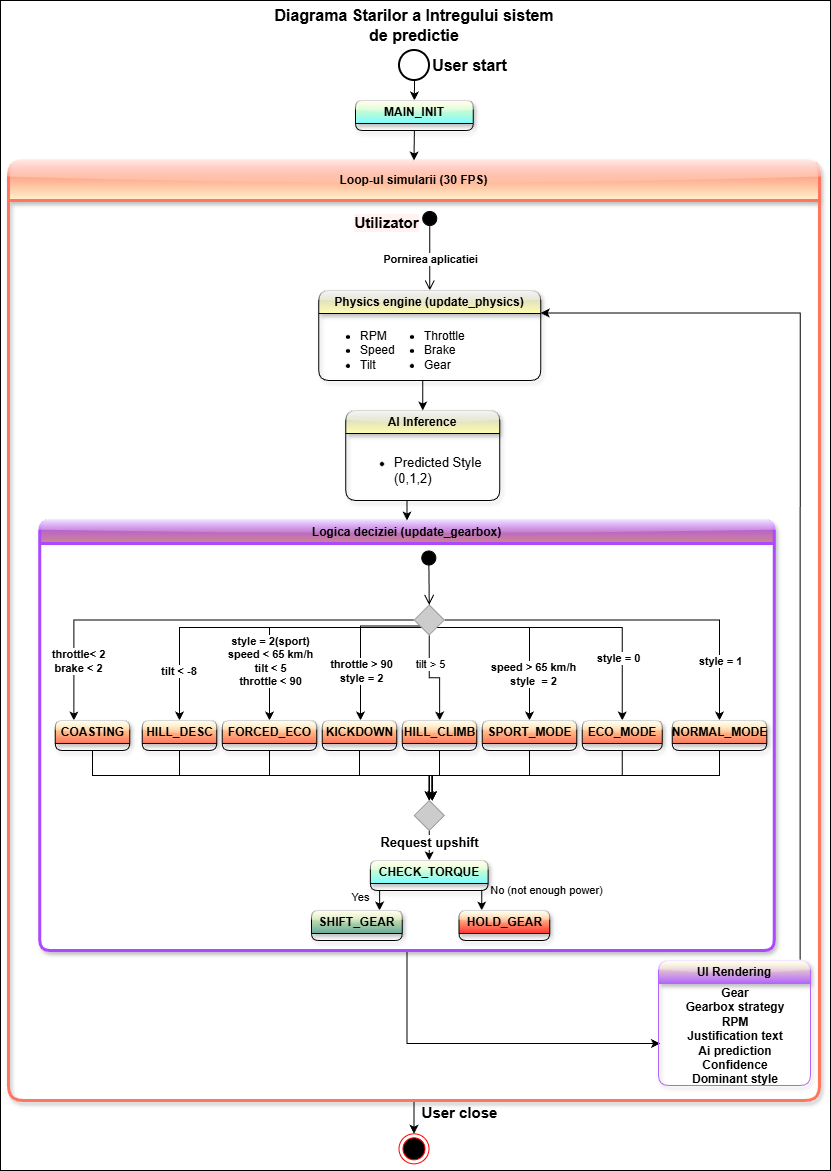
The draw.io diagram docs/state_machine_v2.png in Andreid2511/Proiect_RN, before a commit. Source tidied: cells renumbered, new cells last; positions are measured from the earlier drawing's top-left corner, leaving out a move shared by most shapes.
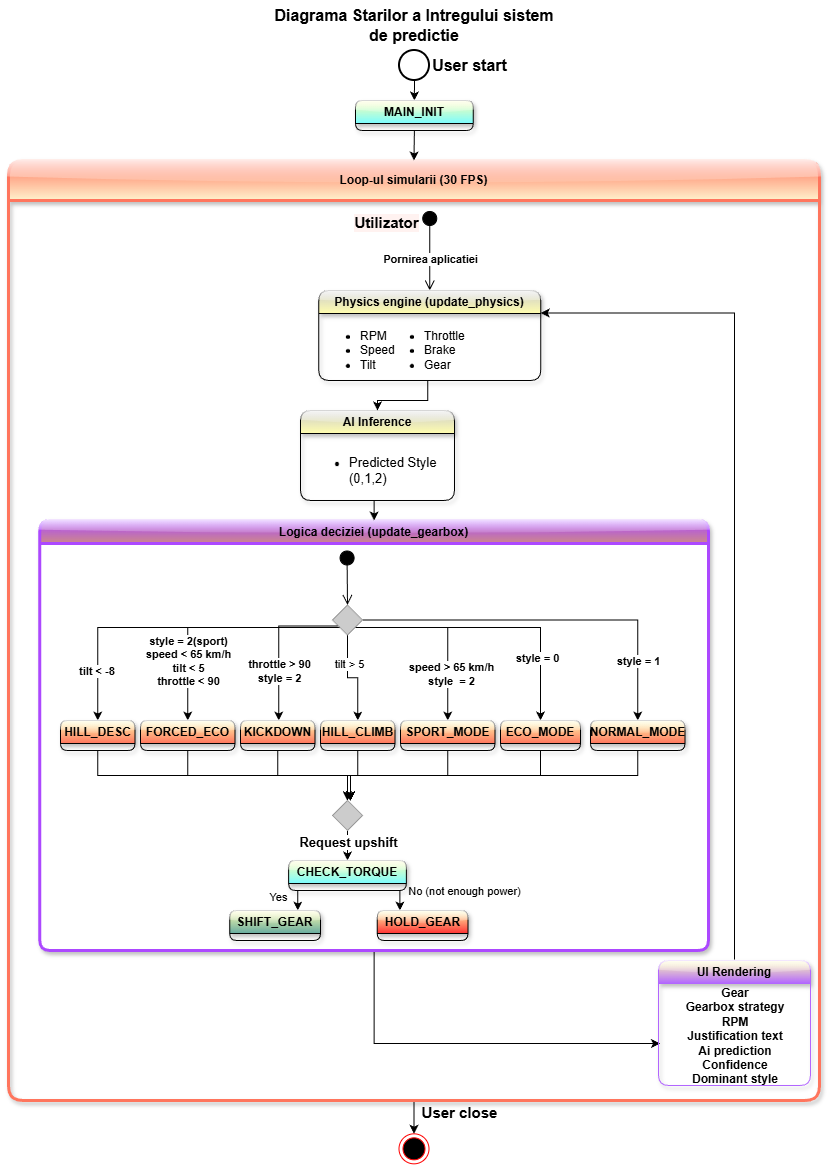
After the change.

Commit message:
Reactualizare Readme-uri + reactualizare state_machine

The edit, as a diff of the source:
```diff
@@ -2,9 +2,9 @@
   <root>
     <mxCell id="0" />
     <mxCell id="1" parent="0" />
-    <mxCell id="2" style="rounded=0;whiteSpace=wrap;html=1;" parent="1" vertex="1">
-      <mxGeometry width="830" height="1170" as="geometry" />
-    </mxCell>
+    <mxCell id="72" style="rounded=0;whiteSpace=wrap;html=1;strokeColor=none;" parent="1" vertex="1">
+      <mxGeometry width="830" height="1170" as="geometry" />
+    </mxCell>
     <mxCell id="3" value="&lt;b&gt;&lt;font style=&quot;font-size: 16px;&quot;&gt;Diagrama Starilor a Intregului sistem de predictie&lt;/font&gt;&lt;/b&gt;" style="text;html=1;whiteSpace=wrap;strokeColor=none;fillColor=none;align=center;verticalAlign=middle;rounded=0;" parent="1" vertex="1">
       <mxGeometry x="264" y="10" width="300" height="30" as="geometry" />
     </mxCell>
@@ -44,7 +44,7 @@
       <mxGeometry x="64" y="30" width="90" height="60" as="geometry" />
     </mxCell>
     <mxCell id="13" value="AI Inference" style="swimlane;whiteSpace=wrap;html=1;rounded=1;glass=1;shadow=1;gradientColor=#FFFDAE;fillColor=#CCCCCC;" parent="6" vertex="1">
-      <mxGeometry x="337.2" y="250" width="154" height="90" as="geometry" />
+      <mxGeometry x="292" y="250" width="154" height="90" as="geometry" />
     </mxCell>
     <mxCell id="14" value="&lt;ul&gt;&lt;li&gt;&lt;font style=&quot;font-size: 13px;&quot;&gt;Predicted Style (0,1,2)&lt;/font&gt;&lt;/li&gt;&lt;/ul&gt;" style="text;html=1;strokeColor=none;fillColor=none;align=left;verticalAlign=middle;rounded=0;labelBorderColor=none;whiteSpace=wrap;" parent="13" vertex="1">
       <mxGeometry x="7" y="30" width="143" height="60" as="geometry" />
@@ -53,22 +53,14 @@
       <mxGeometry relative="1" as="geometry" />
     </mxCell>
     <mxCell id="16" value="Logica deciziei (update_gearbox)" style="swimlane;whiteSpace=wrap;html=1;rounded=1;glass=1;shadow=1;gradientColor=#AC48FF;fillColor=#CC8989;gradientDirection=north;swimlaneFillColor=default;strokeWidth=3;strokeColor=#AC48FF;" parent="6" vertex="1">
-      <mxGeometry x="31.2" y="360" width="734.5" height="430" as="geometry" />
+      <mxGeometry x="31.2" y="360" width="668.8" height="430" as="geometry" />
     </mxCell>
     <mxCell id="17" style="html=1;verticalAlign=bottom;startArrow=circle;startFill=1;endArrow=open;startSize=6;endSize=8;curved=0;rounded=0;fontColor=default;" parent="16" edge="1">
       <mxGeometry relative="1" as="geometry">
-        <mxPoint x="389" y="29.5" as="sourcePoint" />
-        <mxPoint x="389.5" y="84.5" as="targetPoint" />
+        <mxPoint x="307.2" y="29.5" as="sourcePoint" />
+        <mxPoint x="307.8" y="84.5" as="targetPoint" />
       </mxGeometry>
     </mxCell>
-    <mxCell id="18" style="edgeStyle=orthogonalEdgeStyle;rounded=0;jettySize=auto;html=1;exitX=0;exitY=0.5;exitDx=0;exitDy=0;entryX=0.25;entryY=0;entryDx=0;entryDy=0;" parent="16" edge="1" source="34" target="36">
-      <mxGeometry relative="1" as="geometry" />
-    </mxCell>
-    <mxCell id="19" value="throttle&amp;lt; 2&lt;div&gt;brake &amp;lt; 2&lt;/div&gt;" style="edgeLabel;html=1;align=center;verticalAlign=middle;fontStyle=1;fontSize=11;" parent="18" vertex="1">
-      <mxGeometry x="0.59" y="4" relative="1" as="geometry">
-        <mxPoint y="30" as="offset" />
-      </mxGeometry>
-    </mxCell>
     <mxCell id="20" style="edgeStyle=orthogonalEdgeStyle;rounded=0;jettySize=auto;html=1;exitX=0;exitY=1;exitDx=0;exitDy=0;entryX=0.5;entryY=0;entryDx=0;entryDy=0;" parent="16" edge="1" source="34" target="38">
       <mxGeometry relative="1" as="geometry" />
     </mxCell>
@@ -87,11 +79,11 @@
     </mxCell>
     <mxCell id="24" style="edgeStyle=orthogonalEdgeStyle;rounded=0;orthogonalLoop=1;jettySize=auto;html=1;exitX=0.5;exitY=1;exitDx=0;exitDy=0;" parent="16" edge="1">
       <mxGeometry relative="1" as="geometry">
-        <mxPoint x="389.5" y="100" as="sourcePoint" />
-        <mxPoint x="320.8" y="200" as="targetPoint" />
+        <mxPoint x="307.8" y="100" as="sourcePoint" />
+        <mxPoint x="239" y="200" as="targetPoint" />
         <Array as="points">
-          <mxPoint x="390" y="105.5" />
-          <mxPoint x="320" y="105.5" />
+          <mxPoint x="308.2" y="105.5" />
+          <mxPoint x="238.2" y="105.5" />
         </Array>
       </mxGeometry>
     </mxCell>
@@ -127,65 +119,59 @@
       </mxGeometry>
     </mxCell>
     <mxCell id="34" style="rhombus;whiteSpace=wrap;html=1;fillColor=#CCCCCC;strokeColor=#999999;" parent="16" vertex="1">
-      <mxGeometry x="374.5" y="84.5" width="30" height="30" as="geometry" />
+      <mxGeometry x="292.8" y="84.5" width="30" height="30" as="geometry" />
     </mxCell>
-    <mxCell id="35" style="edgeStyle=orthogonalEdgeStyle;rounded=0;jettySize=auto;html=1;exitX=0.5;exitY=1;exitDx=0;exitDy=0;entryX=0.5;entryY=0;entryDx=0;entryDy=0;" parent="16" edge="1" source="36" target="53">
-      <mxGeometry relative="1" as="geometry" />
-    </mxCell>
-    <mxCell id="36" value="COASTING" style="swimlane;whiteSpace=wrap;html=1;rounded=1;shadow=1;glass=1;gradientColor=#FF755D;fillColor=#FFFDAE;" parent="16" vertex="1" collapsed="1">
-      <mxGeometry x="15.5" y="200" width="74.5" height="30" as="geometry" />
-    </mxCell>
     <mxCell id="37" style="edgeStyle=orthogonalEdgeStyle;rounded=0;jettySize=auto;html=1;exitX=0.5;exitY=1;exitDx=0;exitDy=0;" parent="16" edge="1" source="38">
       <mxGeometry relative="1" as="geometry">
-        <mxPoint x="392.5" y="280" as="targetPoint" />
+        <mxPoint x="310.8" y="280" as="targetPoint" />
       </mxGeometry>
     </mxCell>
     <mxCell id="38" value="HILL_DESC" style="swimlane;whiteSpace=wrap;html=1;rounded=1;shadow=1;glass=1;gradientColor=#FF755D;fillColor=#FFFDAE;" parent="16" vertex="1" collapsed="1">
-      <mxGeometry x="102.5" y="200" width="74.5" height="30" as="geometry" />
+      <mxGeometry x="20.8" y="200" width="74.5" height="30" as="geometry" />
     </mxCell>
     <mxCell id="39" style="edgeStyle=orthogonalEdgeStyle;rounded=0;jettySize=auto;html=1;exitX=0.5;exitY=1;exitDx=0;exitDy=0;" parent="16" edge="1" source="40">
       <mxGeometry relative="1" as="geometry">
-        <mxPoint x="392.5" y="280" as="targetPoint" />
+        <mxPoint x="310.8" y="280" as="targetPoint" />
       </mxGeometry>
     </mxCell>
     <mxCell id="40" value="FORCED_ECO" style="swimlane;whiteSpace=wrap;html=1;rounded=1;shadow=1;glass=1;gradientColor=#FF755D;fillColor=#FFFDAE;" parent="16" vertex="1" collapsed="1">
-      <mxGeometry x="182.5" y="200" width="94.5" height="30" as="geometry" />
+      <mxGeometry x="100.8" y="200" width="94.5" height="30" as="geometry" />
     </mxCell>
     <mxCell id="41" style="edgeStyle=orthogonalEdgeStyle;rounded=0;jettySize=auto;html=1;exitX=0.5;exitY=1;exitDx=0;exitDy=0;" parent="16" edge="1" source="42">
       <mxGeometry relative="1" as="geometry">
-        <mxPoint x="392.5" y="280" as="targetPoint" />
+        <mxPoint x="310.8" y="280" as="targetPoint" />
       </mxGeometry>
     </mxCell>
     <mxCell id="42" value="SPORT_MODE" style="swimlane;whiteSpace=wrap;html=1;rounded=1;shadow=1;glass=1;gradientColor=#FF755D;fillColor=#FFFDAE;" parent="16" vertex="1" collapsed="1">
-      <mxGeometry x="442.5" y="200" width="94.5" height="30" as="geometry" />
+      <mxGeometry x="360.8" y="200" width="94.5" height="30" as="geometry" />
     </mxCell>
     <mxCell id="43" style="edgeStyle=orthogonalEdgeStyle;rounded=0;jettySize=auto;html=1;exitX=0.5;exitY=1;exitDx=0;exitDy=0;entryX=0.5;entryY=0;entryDx=0;entryDy=0;" parent="16" edge="1" source="44" target="53">
       <mxGeometry relative="1" as="geometry" />
     </mxCell>
     <mxCell id="44" value="KICKDOWN" style="swimlane;whiteSpace=wrap;html=1;rounded=1;shadow=1;glass=1;gradientColor=#FF755D;fillColor=#FFFDAE;" parent="16" vertex="1" collapsed="1">
-      <mxGeometry x="282.5" y="200" width="74.5" height="30" as="geometry" />
+      <mxGeometry x="200.8" y="200" width="74.5" height="30" as="geometry" />
     </mxCell>
     <mxCell id="45" style="edgeStyle=orthogonalEdgeStyle;rounded=0;jettySize=auto;html=1;exitX=0.5;exitY=1;exitDx=0;exitDy=0;entryX=0.5;entryY=0;entryDx=0;entryDy=0;" parent="16" edge="1" source="46" target="53">
       <mxGeometry relative="1" as="geometry" />
     </mxCell>
     <mxCell id="46" value="HILL_CLIMB" style="swimlane;whiteSpace=wrap;html=1;rounded=1;shadow=1;glass=1;gradientColor=#FF755D;fillColor=#FFFDAE;" parent="16" vertex="1" collapsed="1">
-      <mxGeometry x="362.5" y="200" width="74.5" height="30" as="geometry" />
+      <mxGeometry x="280.8" y="200" width="74.5" height="30" as="geometry" />
     </mxCell>
     <mxCell id="47" style="edgeStyle=orthogonalEdgeStyle;rounded=0;jettySize=auto;html=1;exitX=0.5;exitY=1;exitDx=0;exitDy=0;" parent="16" edge="1" source="48">
       <mxGeometry relative="1" as="geometry">
-        <mxPoint x="392.5" y="280" as="targetPoint" />
+        <mxPoint x="310.8" y="280" as="targetPoint" />
       </mxGeometry>
     </mxCell>
     <mxCell id="48" value="ECO_MODE" style="swimlane;whiteSpace=wrap;html=1;rounded=1;shadow=1;glass=1;gradientColor=#FF755D;fillColor=#FFFDAE;" parent="16" vertex="1" collapsed="1">
-      <mxGeometry x="542.5" y="200" width="80" height="30" as="geometry" />
+      <mxGeometry x="460.8" y="200" width="80" height="30" as="geometry" />
     </mxCell>
     <mxCell id="49" style="edgeStyle=orthogonalEdgeStyle;rounded=0;jettySize=auto;html=1;exitX=0.5;exitY=1;exitDx=0;exitDy=0;" parent="16" edge="1" source="50">
       <mxGeometry relative="1" as="geometry">
-        <mxPoint x="392.5" y="280" as="targetPoint" />
+        <mxPoint x="310.8" y="280" as="targetPoint" />
       </mxGeometry>
     </mxCell>
     <mxCell id="50" value="NORMAL_MODE" style="swimlane;whiteSpace=wrap;html=1;rounded=1;shadow=1;glass=1;gradientColor=#FF755D;fillColor=#FFFDAE;" parent="16" vertex="1" collapsed="1">
-      <mxGeometry x="632.5" y="200" width="94.5" height="30" as="geometry" />
+      <mxGeometry x="550.8" y="200" width="94.5" height="30" as="geometry" />
     </mxCell>
     <mxCell id="51" style="edgeStyle=orthogonalEdgeStyle;rounded=0;jettySize=auto;html=1;exitX=0.5;exitY=1;exitDx=0;exitDy=0;entryX=0.5;entryY=0;entryDx=0;entryDy=0;" parent="16" edge="1" source="53" target="58">
       <mxGeometry relative="1" as="geometry" />
@@ -196,7 +182,7 @@
       </mxGeometry>
     </mxCell>
     <mxCell id="53" style="rhombus;whiteSpace=wrap;html=1;fillColor=#CCCCCC;strokeColor=#999999;" parent="16" vertex="1">
-      <mxGeometry x="374.5" y="280" width="30" height="30" as="geometry" />
+      <mxGeometry x="292.8" y="280" width="30" height="30" as="geometry" />
     </mxCell>
     <mxCell id="54" style="edgeStyle=orthogonalEdgeStyle;rounded=0;jettySize=auto;html=1;exitX=0.25;exitY=1;exitDx=0;exitDy=0;entryX=0.75;entryY=0;entryDx=0;entryDy=0;" parent="16" edge="1" source="58" target="59">
       <mxGeometry relative="1" as="geometry" />
@@ -215,21 +201,18 @@
       </mxGeometry>
     </mxCell>
     <mxCell id="58" value="CHECK_TORQUE" style="swimlane;whiteSpace=wrap;html=1;rounded=1;shadow=1;glass=1;gradientColor=#7BFCFF;fillColor=#FFFDAE;" parent="16" vertex="1" collapsed="1">
-      <mxGeometry x="330.6" y="340" width="117.8" height="30" as="geometry" />
+      <mxGeometry x="248.9" y="340" width="117.8" height="30" as="geometry" />
     </mxCell>
     <mxCell id="59" value="SHIFT_GEAR" style="swimlane;whiteSpace=wrap;html=1;rounded=1;shadow=1;glass=1;gradientColor=#67AB9F;fillColor=#FFFDAE;" parent="16" vertex="1" collapsed="1">
-      <mxGeometry x="271.8" y="390" width="90.8" height="30" as="geometry" />
+      <mxGeometry x="190" y="390" width="90.8" height="30" as="geometry" />
     </mxCell>
     <mxCell id="60" value="HOLD_GEAR" style="swimlane;whiteSpace=wrap;html=1;rounded=1;shadow=1;glass=1;gradientColor=#FF3333;fillColor=#FFFDAE;" parent="16" vertex="1" collapsed="1">
-      <mxGeometry x="419.2" y="390" width="90.8" height="30" as="geometry" />
+      <mxGeometry x="337.5" y="390" width="90.8" height="30" as="geometry" />
     </mxCell>
     <mxCell id="61" style="edgeStyle=orthogonalEdgeStyle;rounded=0;jettySize=auto;html=1;exitX=0.5;exitY=1;exitDx=0;exitDy=0;entryX=0.5;entryY=0;entryDx=0;entryDy=0;" parent="6" edge="1" source="12" target="13">
       <mxGeometry relative="1" as="geometry" />
     </mxCell>
-    <mxCell id="62" style="edgeStyle=orthogonalEdgeStyle;rounded=0;jettySize=auto;html=1;exitX=0.5;exitY=1;exitDx=0;exitDy=0;entryX=0.5;entryY=0;entryDx=0;entryDy=0;" parent="6" edge="1" source="14" target="16">
-      <mxGeometry relative="1" as="geometry" />
-    </mxCell>
-    <mxCell id="63" style="edgeStyle=orthogonalEdgeStyle;rounded=0;jettySize=auto;html=1;exitX=0.932;exitY=0.006;exitDx=0;exitDy=0;entryX=1;entryY=0.25;entryDx=0;entryDy=0;spacing=2;endSize=6;shadow=0;flowAnimation=0;exitPerimeter=0;" parent="6" edge="1" source="64" target="10">
+    <mxCell id="63" style="edgeStyle=orthogonalEdgeStyle;rounded=0;jettySize=auto;html=1;exitX=0.5;exitY=0;exitDx=0;exitDy=0;entryX=1;entryY=0.25;entryDx=0;entryDy=0;spacing=2;endSize=6;shadow=0;flowAnimation=0;" parent="6" edge="1" source="64" target="10">
       <mxGeometry relative="1" as="geometry" />
     </mxCell>
     <mxCell id="64" value="UI Rendering" style="swimlane;whiteSpace=wrap;html=1;rounded=1;shadow=1;glass=1;gradientColor=#B266FF;fillColor=#FFFDAE;strokeColor=#B266FF;" parent="6" vertex="1" collapsed="1">
@@ -238,6 +221,9 @@
     <mxCell id="65" value="&lt;div style=&quot;&quot;&gt;&lt;span style=&quot;background-color: transparent; color: light-dark(rgb(0, 0, 0), rgb(255, 255, 255));&quot;&gt;Gear&lt;/span&gt;&lt;/div&gt;&lt;div style=&quot;&quot;&gt;&lt;span style=&quot;background-color: transparent; color: light-dark(rgb(0, 0, 0), rgb(255, 255, 255));&quot;&gt;Gearbox strategy&lt;/span&gt;&lt;/div&gt;&lt;div style=&quot;&quot;&gt;RPM&lt;/div&gt;&lt;div style=&quot;&quot;&gt;Justification text&lt;/div&gt;&lt;div style=&quot;&quot;&gt;Ai prediction&lt;/div&gt;&lt;div style=&quot;&quot;&gt;Confidence&lt;/div&gt;&lt;div style=&quot;&quot;&gt;Dominant style&lt;/div&gt;&lt;div style=&quot;&quot;&gt;&lt;br&gt;&lt;/div&gt;" style="text;html=1;whiteSpace=wrap;strokeColor=none;fillColor=none;align=center;verticalAlign=middle;rounded=0;fontStyle=1;" parent="6" vertex="1">
       <mxGeometry x="651.5" y="823" width="150" height="120" as="geometry" />
     </mxCell>
+    <mxCell id="62" style="edgeStyle=orthogonalEdgeStyle;rounded=0;jettySize=auto;html=1;exitX=0.5;exitY=1;exitDx=0;exitDy=0;entryX=0.5;entryY=0;entryDx=0;entryDy=0;" parent="6" edge="1" source="14" target="16">
+      <mxGeometry relative="1" as="geometry" />
+    </mxCell>
     <mxCell id="66" style="ellipse;html=1;shape=endState;fillColor=#000000;strokeColor=#ff0000;" parent="1" vertex="1">
       <mxGeometry x="398.5" y="1133.3" width="30" height="30" as="geometry" />
     </mxCell>
```
